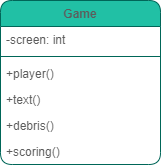
Above: Assignments/A07/Game.png in LoicKonan/2143-OOP-Konan (draw.io), before the change. Source tidied: cells renumbered, new cells last; positions are measured from the earlier drawing's top-left corner, leaving out a move shared by most shapes. Its diagram source:
```xml
<mxGraphModel>
  <root>
    <mxCell id="0" />
    <mxCell id="1" parent="0" />
    <mxCell id="2" value="Game" style="swimlane;fontStyle=1;align=center;verticalAlign=top;horizontal=1;startSize=26;shadow=0;strokeWidth=1;rounded=1;fillColor=#21C0A5;strokeColor=#006658;fontColor=#5C5C5C;" parent="1" vertex="1">
      <mxGeometry width="160" height="164" as="geometry" />
    </mxCell>
    <mxCell id="3" value="-screen: int" style="text;align=left;verticalAlign=top;spacingLeft=4;spacingRight=4;overflow=hidden;shadow=0;html=0;rounded=1;fontColor=#5C5C5C;" parent="2" vertex="1">
      <mxGeometry y="26" width="160" height="26" as="geometry" />
    </mxCell>
    <mxCell id="4" style="line;html=1;strokeWidth=1;align=left;verticalAlign=middle;spacingTop=-1;spacingLeft=3;spacingRight=3;labelPosition=right;rounded=1;fillColor=#21C0A5;strokeColor=#006658;fontColor=#5C5C5C;" parent="2" vertex="1">
      <mxGeometry y="52" width="160" height="8" as="geometry" />
    </mxCell>
    <mxCell id="5" value="+player()" style="text;align=left;verticalAlign=top;spacingLeft=4;spacingRight=4;overflow=hidden;rounded=1;fontColor=#5C5C5C;" parent="2" vertex="1">
      <mxGeometry y="60" width="160" height="26" as="geometry" />
    </mxCell>
    <mxCell id="6" value="+text()" style="text;align=left;verticalAlign=top;spacingLeft=4;spacingRight=4;overflow=hidden;rounded=1;fontColor=#5C5C5C;" parent="2" vertex="1">
      <mxGeometry y="86" width="160" height="26" as="geometry" />
    </mxCell>
    <mxCell id="7" value="+debris()" style="text;align=left;verticalAlign=top;spacingLeft=4;spacingRight=4;overflow=hidden;shadow=0;html=0;rounded=1;fontColor=#5C5C5C;" parent="2" vertex="1">
      <mxGeometry y="112" width="160" height="26" as="geometry" />
    </mxCell>
    <mxCell id="8" value="+scoring()" style="text;align=left;verticalAlign=top;spacingLeft=4;spacingRight=4;overflow=hidden;shadow=0;html=0;rounded=1;fontColor=#5C5C5C;" parent="2" vertex="1">
      <mxGeometry y="138" width="160" height="26" as="geometry" />
    </mxCell>
  </root>
</mxGraphModel>
```
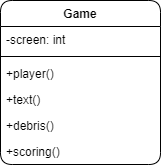
After the change.

What changed in the source:
```diff
@@ -2,25 +2,25 @@
   <root>
     <mxCell id="0" />
     <mxCell id="1" parent="0" />
-    <mxCell id="2" value="Game" style="swimlane;fontStyle=1;align=center;verticalAlign=top;horizontal=1;startSize=26;shadow=0;strokeWidth=1;rounded=1;fillColor=#21C0A5;strokeColor=#006658;fontColor=#5C5C5C;" parent="1" vertex="1">
+    <mxCell id="2" value="Game" style="swimlane;fontStyle=1;align=center;verticalAlign=top;horizontal=1;startSize=26;shadow=0;strokeWidth=1;rounded=1;" parent="1" vertex="1">
       <mxGeometry width="160" height="164" as="geometry" />
     </mxCell>
-    <mxCell id="3" value="-screen: int" style="text;align=left;verticalAlign=top;spacingLeft=4;spacingRight=4;overflow=hidden;shadow=0;html=0;rounded=1;fontColor=#5C5C5C;" parent="2" vertex="1">
+    <mxCell id="3" value="-screen: int" style="text;align=left;verticalAlign=top;spacingLeft=4;spacingRight=4;overflow=hidden;shadow=0;html=0;rounded=1;" parent="2" vertex="1">
       <mxGeometry y="26" width="160" height="26" as="geometry" />
     </mxCell>
-    <mxCell id="4" style="line;html=1;strokeWidth=1;align=left;verticalAlign=middle;spacingTop=-1;spacingLeft=3;spacingRight=3;labelPosition=right;rounded=1;fillColor=#21C0A5;strokeColor=#006658;fontColor=#5C5C5C;" parent="2" vertex="1">
+    <mxCell id="4" style="line;html=1;strokeWidth=1;align=left;verticalAlign=middle;spacingTop=-1;spacingLeft=3;spacingRight=3;labelPosition=right;rounded=1;" parent="2" vertex="1">
       <mxGeometry y="52" width="160" height="8" as="geometry" />
     </mxCell>
-    <mxCell id="5" value="+player()" style="text;align=left;verticalAlign=top;spacingLeft=4;spacingRight=4;overflow=hidden;rounded=1;fontColor=#5C5C5C;" parent="2" vertex="1">
+    <mxCell id="5" value="+player()" style="text;align=left;verticalAlign=top;spacingLeft=4;spacingRight=4;overflow=hidden;rounded=1;" parent="2" vertex="1">
       <mxGeometry y="60" width="160" height="26" as="geometry" />
     </mxCell>
-    <mxCell id="6" value="+text()" style="text;align=left;verticalAlign=top;spacingLeft=4;spacingRight=4;overflow=hidden;rounded=1;fontColor=#5C5C5C;" parent="2" vertex="1">
+    <mxCell id="6" value="+text()" style="text;align=left;verticalAlign=top;spacingLeft=4;spacingRight=4;overflow=hidden;rounded=1;" parent="2" vertex="1">
       <mxGeometry y="86" width="160" height="26" as="geometry" />
     </mxCell>
-    <mxCell id="7" value="+debris()" style="text;align=left;verticalAlign=top;spacingLeft=4;spacingRight=4;overflow=hidden;shadow=0;html=0;rounded=1;fontColor=#5C5C5C;" parent="2" vertex="1">
+    <mxCell id="7" value="+debris()" style="text;align=left;verticalAlign=top;spacingLeft=4;spacingRight=4;overflow=hidden;shadow=0;html=0;rounded=1;" parent="2" vertex="1">
       <mxGeometry y="112" width="160" height="26" as="geometry" />
     </mxCell>
-    <mxCell id="8" value="+scoring()" style="text;align=left;verticalAlign=top;spacingLeft=4;spacingRight=4;overflow=hidden;shadow=0;html=0;rounded=1;fontColor=#5C5C5C;" parent="2" vertex="1">
+    <mxCell id="8" value="+scoring()" style="text;align=left;verticalAlign=top;spacingLeft=4;spacingRight=4;overflow=hidden;shadow=0;html=0;rounded=1;" parent="2" vertex="1">
       <mxGeometry y="138" width="160" height="26" as="geometry" />
     </mxCell>
   </root>
```
